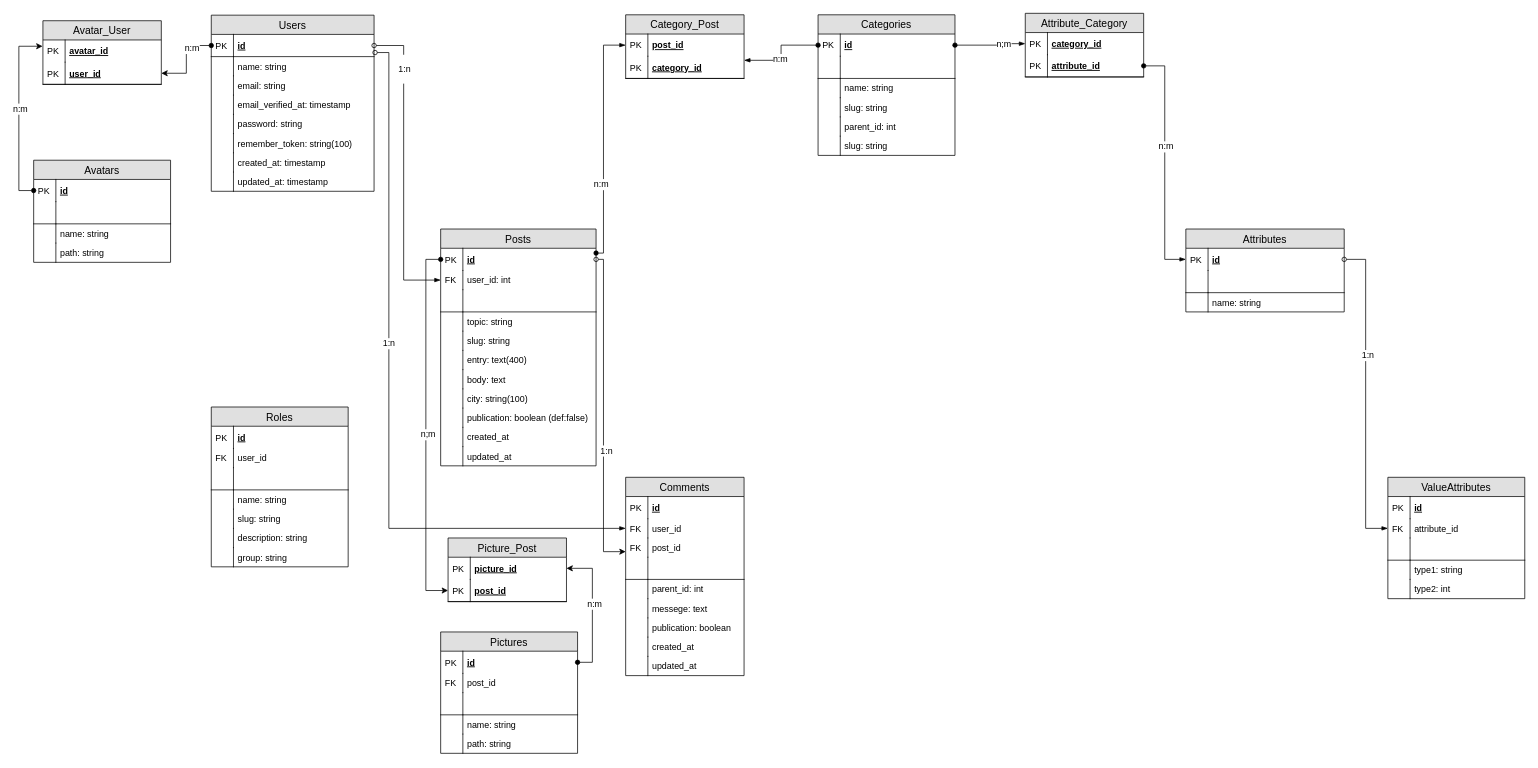
Earlier version of the draw.io diagram scheme_db/lgical.drawio (igor193/dumpsdatafindteam). Source tidied: cells renumbered, new cells numbered last; positions are measured from the earlier drawing's top-left corner, leaving out a move shared by most shapes. Both pictures are drawn from the tidied source at 74%, with x=0, y=0 at pixel (33, 13).
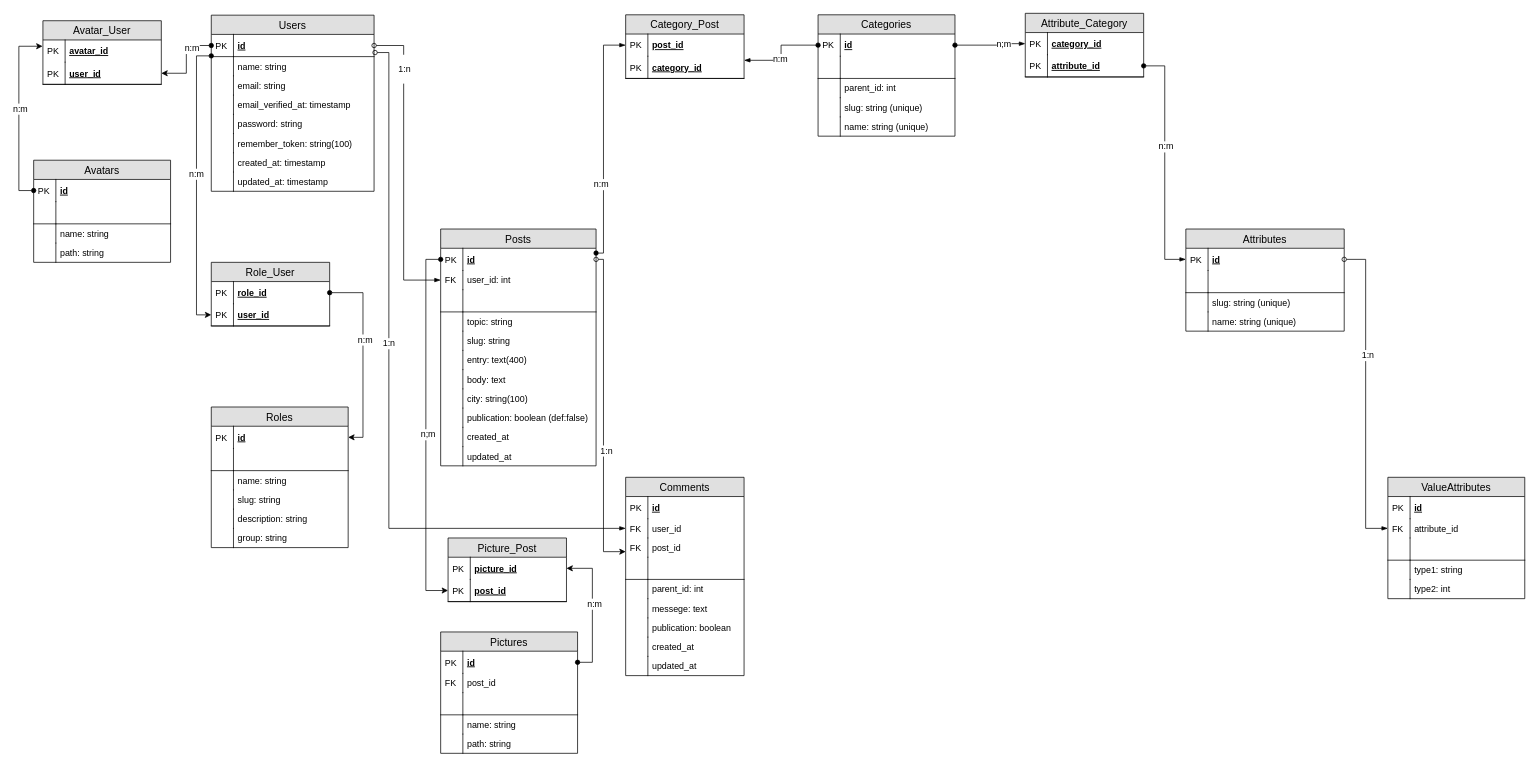
After the change.

The change refers to these unchanged cells:
```xml
<mxCell id="128" value="id" style="shape=partialRectangle;top=0;left=0;right=0;bottom=1;align=left;verticalAlign=middle;fillColor=none;spacingLeft=34;spacingRight=4;overflow=hidden;points=[[0,0.5],[1,0.5]];portConstraint=eastwest;fontStyle=5;fontSize=12;strokeColor=none;" parent="127" vertex="1">
  <mxGeometry y="26" width="185" height="30" as="geometry" />
</mxCell>
```

Change to the diagram source:
```diff
@@
     <mxCell id="61" value="Categories" style="swimlane;fontStyle=0;horizontal=1;startSize=26;fillColor=#e0e0e0;swimlaneFillColor=#ffffff;align=center;fontSize=14;" parent="1" vertex="1">
-      <mxGeometry x="1060" y="2.5" width="185" height="190" as="geometry" />
+      <mxGeometry x="1060" y="2.5" width="185" height="164" as="geometry" />
     </mxCell>
@@
+    <mxCell id="70" value="parent_id: int" style="shape=partialRectangle;top=0;left=0;right=0;bottom=0;align=left;verticalAlign=top;fillColor=none;spacingLeft=34;spacingRight=4;overflow=hidden;fontSize=12;strokeColor=#000000;perimeterSpacing=0;strokeWidth=1;" parent="61" vertex="1">
+      <mxGeometry y="86" width="185" height="26" as="geometry" />
+    </mxCell>
+    <mxCell id="71" style="shape=partialRectangle;top=0;left=0;bottom=0;fillColor=none;align=left;verticalAlign=top;spacingLeft=4;spacingRight=4;overflow=hidden;fontSize=12;" parent="70" vertex="1">
+      <mxGeometry width="30" height="26" as="geometry" />
+    </mxCell>
+    <mxCell id="68" value="slug: string (unique)" style="shape=partialRectangle;top=0;left=0;right=0;bottom=0;align=left;verticalAlign=top;fillColor=none;spacingLeft=34;spacingRight=4;overflow=hidden;fontSize=12;strokeColor=#000000;perimeterSpacing=0;strokeWidth=1;" parent="61" vertex="1">
+      <mxGeometry y="112" width="185" height="26" as="geometry" />
+    </mxCell>
+    <mxCell id="69" style="shape=partialRectangle;top=0;left=0;bottom=0;fillColor=none;align=left;verticalAlign=top;spacingLeft=4;spacingRight=4;overflow=hidden;fontSize=12;" parent="68" vertex="1">
+      <mxGeometry width="30" height="26" as="geometry" />
+    </mxCell>
-    <mxCell id="66" value="name: string" style="shape=partialRectangle;top=0;left=0;right=0;bottom=0;align=left;verticalAlign=top;fillColor=none;spacingLeft=34;spacingRight=4;overflow=hidden;fontSize=12;strokeColor=#000000;perimeterSpacing=0;strokeWidth=1;" parent="61" vertex="1">
-      <mxGeometry y="86" width="185" height="26" as="geometry" />
+    <mxCell id="66" value="name: string (unique)" style="shape=partialRectangle;top=0;left=0;right=0;bottom=0;align=left;verticalAlign=top;fillColor=none;spacingLeft=34;spacingRight=4;overflow=hidden;fontSize=12;strokeColor=#000000;perimeterSpacing=0;strokeWidth=1;" parent="61" vertex="1">
+      <mxGeometry y="138" width="185" height="26" as="geometry" />
     </mxCell>
@@
-    <mxCell id="68" value="slug: string" style="shape=partialRectangle;top=0;left=0;right=0;bottom=0;align=left;verticalAlign=top;fillColor=none;spacingLeft=34;spacingRight=4;overflow=hidden;fontSize=12;strokeColor=#000000;perimeterSpacing=0;strokeWidth=1;" parent="61" vertex="1">
-      <mxGeometry y="112" width="185" height="26" as="geometry" />
-    </mxCell>
-    <mxCell id="69" style="shape=partialRectangle;top=0;left=0;bottom=0;fillColor=none;align=left;verticalAlign=top;spacingLeft=4;spacingRight=4;overflow=hidden;fontSize=12;" parent="68" vertex="1">
-      <mxGeometry width="30" height="26" as="geometry" />
-    </mxCell>
-    <mxCell id="70" value="parent_id: int" style="shape=partialRectangle;top=0;left=0;right=0;bottom=0;align=left;verticalAlign=top;fillColor=none;spacingLeft=34;spacingRight=4;overflow=hidden;fontSize=12;strokeColor=#000000;perimeterSpacing=0;strokeWidth=1;" parent="61" vertex="1">
-      <mxGeometry y="138" width="185" height="26" as="geometry" />
-    </mxCell>
-    <mxCell id="71" style="shape=partialRectangle;top=0;left=0;bottom=0;fillColor=none;align=left;verticalAlign=top;spacingLeft=4;spacingRight=4;overflow=hidden;fontSize=12;" parent="70" vertex="1">
-      <mxGeometry width="30" height="26" as="geometry" />
-    </mxCell>
-    <mxCell id="72" value="slug: string" style="shape=partialRectangle;top=0;left=0;right=0;bottom=0;align=left;verticalAlign=top;fillColor=none;spacingLeft=34;spacingRight=4;overflow=hidden;fontSize=12;strokeColor=#000000;perimeterSpacing=0;strokeWidth=1;" parent="61" vertex="1">
-      <mxGeometry y="164" width="185" height="26" as="geometry" />
-    </mxCell>
-    <mxCell id="73" style="shape=partialRectangle;top=0;left=0;bottom=0;fillColor=none;align=left;verticalAlign=top;spacingLeft=4;spacingRight=4;overflow=hidden;fontSize=12;" parent="72" vertex="1">
-      <mxGeometry width="30" height="26" as="geometry" />
-    </mxCell>
@@
     <mxCell id="83" value="Attributes" style="swimlane;fontStyle=0;horizontal=1;startSize=26;fillColor=#e0e0e0;swimlaneFillColor=#ffffff;align=center;fontSize=14;" parent="1" vertex="1">
-      <mxGeometry x="1557" y="292" width="214" height="112" as="geometry" />
+      <mxGeometry x="1557" y="292" width="214" height="138" as="geometry" />
     </mxCell>
@@
-    <mxCell id="88" value="name: string" style="shape=partialRectangle;top=0;left=0;right=0;bottom=0;align=left;verticalAlign=top;fillColor=none;spacingLeft=34;spacingRight=4;overflow=hidden;fontSize=12;" parent="83" vertex="1">
+    <mxCell id="88" value="slug: string (unique)" style="shape=partialRectangle;top=0;left=0;right=0;bottom=0;align=left;verticalAlign=top;fillColor=none;spacingLeft=34;spacingRight=4;overflow=hidden;fontSize=12;" parent="83" vertex="1">
       <mxGeometry y="86" width="214" height="26" as="geometry" />
     </mxCell>
@@
+    <mxCell id="171" value="name: string (unique)" style="shape=partialRectangle;top=0;left=0;right=0;bottom=0;align=left;verticalAlign=top;fillColor=none;spacingLeft=34;spacingRight=4;overflow=hidden;fontSize=12;" parent="83" vertex="1">
+      <mxGeometry y="112" width="214" height="26" as="geometry" />
+    </mxCell>
+    <mxCell id="73" style="shape=partialRectangle;top=0;left=0;bottom=0;fillColor=none;align=left;verticalAlign=top;spacingLeft=4;spacingRight=4;overflow=hidden;fontSize=12;" parent="171" vertex="1">
+      <mxGeometry width="30" height="26" as="geometry" />
+    </mxCell>
@@
     <mxCell id="127" value="Roles" style="swimlane;fontStyle=0;horizontal=1;startSize=26;fillColor=#e0e0e0;swimlaneFillColor=#ffffff;align=center;fontSize=14;" parent="1" vertex="1">
-      <mxGeometry x="240" y="532.5" width="185" height="216" as="geometry" />
+      <mxGeometry x="240" y="532.5" width="185" height="190" as="geometry" />
     </mxCell>
@@
-    <mxCell id="130" value="user_id" style="shape=partialRectangle;top=0;left=0;right=0;bottom=0;align=left;verticalAlign=top;fillColor=none;spacingLeft=34;spacingRight=4;overflow=hidden;points=[[0,0.5],[1,0.5]];portConstraint=eastwest;fontSize=12;" parent="127" vertex="1">
-      <mxGeometry y="56" width="185" height="26" as="geometry" />
-    </mxCell>
-    <mxCell id="131" value="FK" style="shape=partialRectangle;top=0;left=0;bottom=0;fillColor=none;align=left;verticalAlign=top;spacingLeft=4;spacingRight=4;overflow=hidden;fontSize=12;" parent="130" vertex="1">
-      <mxGeometry width="30" height="26" as="geometry" />
-    </mxCell>
     <mxCell id="132" style="shape=partialRectangle;top=0;left=0;right=0;bottom=1;align=left;verticalAlign=middle;fillColor=none;spacingLeft=34;spacingRight=4;overflow=hidden;fontStyle=5;fontSize=12;" parent="127" vertex="1">
-      <mxGeometry y="82" width="185" height="30" as="geometry" />
+      <mxGeometry y="56" width="185" height="30" as="geometry" />
     </mxCell>
@@
     <mxCell id="134" value="name: string" style="shape=partialRectangle;top=0;left=0;right=0;bottom=0;align=left;verticalAlign=top;fillColor=none;spacingLeft=34;spacingRight=4;overflow=hidden;fontSize=12;strokeColor=#000000;perimeterSpacing=0;strokeWidth=1;" parent="127" vertex="1">
-      <mxGeometry y="112" width="185" height="26" as="geometry" />
+      <mxGeometry y="86" width="185" height="26" as="geometry" />
     </mxCell>
@@
     <mxCell id="136" value="slug: string" style="shape=partialRectangle;top=0;left=0;right=0;bottom=0;align=left;verticalAlign=top;fillColor=none;spacingLeft=34;spacingRight=4;overflow=hidden;fontSize=12;strokeColor=#000000;perimeterSpacing=0;strokeWidth=1;" parent="127" vertex="1">
-      <mxGeometry y="138" width="185" height="26" as="geometry" />
+      <mxGeometry y="112" width="185" height="26" as="geometry" />
     </mxCell>
@@
     <mxCell id="138" value="description: string" style="shape=partialRectangle;top=0;left=0;right=0;bottom=0;align=left;verticalAlign=top;fillColor=none;spacingLeft=34;spacingRight=4;overflow=hidden;fontSize=12;strokeColor=#000000;perimeterSpacing=0;strokeWidth=1;" parent="127" vertex="1">
-      <mxGeometry y="164" width="185" height="26" as="geometry" />
+      <mxGeometry y="138" width="185" height="26" as="geometry" />
     </mxCell>
@@
     <mxCell id="140" value="group: string" style="shape=partialRectangle;top=0;left=0;right=0;bottom=0;align=left;verticalAlign=top;fillColor=none;spacingLeft=34;spacingRight=4;overflow=hidden;fontSize=12;strokeColor=#000000;perimeterSpacing=0;strokeWidth=1;" parent="127" vertex="1">
-      <mxGeometry y="190" width="185" height="26" as="geometry" />
+      <mxGeometry y="164" width="185" height="26" as="geometry" />
     </mxCell>
@@
+    <mxCell id="172" value="Role_User" style="swimlane;fontStyle=0;horizontal=1;startSize=26;fillColor=#e0e0e0;swimlaneFillColor=#ffffff;align=center;fontSize=14;" parent="1" vertex="1">
+      <mxGeometry x="240" y="337" width="160" height="86" as="geometry" />
+    </mxCell>
+    <mxCell id="173" value="role_id" style="shape=partialRectangle;top=0;left=0;right=0;bottom=1;align=left;verticalAlign=middle;fillColor=none;spacingLeft=34;spacingRight=4;overflow=hidden;points=[[0,0.5],[1,0.5]];portConstraint=eastwest;fontStyle=5;fontSize=12;strokeColor=none;" parent="172" vertex="1">
+      <mxGeometry y="26" width="160" height="30" as="geometry" />
+    </mxCell>
+    <mxCell id="174" value="PK" style="shape=partialRectangle;top=0;left=0;bottom=0;fillColor=none;align=left;verticalAlign=middle;spacingLeft=4;spacingRight=4;overflow=hidden;fontSize=12;" parent="173" vertex="1">
+      <mxGeometry width="30" height="30" as="geometry" />
+    </mxCell>
+    <mxCell id="130" value="user_id" style="shape=partialRectangle;top=0;left=0;right=0;bottom=1;align=left;verticalAlign=middle;fillColor=none;spacingLeft=34;spacingRight=4;overflow=hidden;points=[[0,0.5],[1,0.5]];portConstraint=eastwest;fontStyle=5;fontSize=12;" parent="172" vertex="1">
+      <mxGeometry y="56" width="160" height="30" as="geometry" />
+    </mxCell>
+    <mxCell id="175" value="PK" style="shape=partialRectangle;top=0;left=0;bottom=0;fillColor=none;align=left;verticalAlign=middle;spacingLeft=4;spacingRight=4;overflow=hidden;fontSize=12;" parent="130" vertex="1">
+      <mxGeometry width="30" height="30" as="geometry" />
+    </mxCell>
+    <mxCell id="176" style="edgeStyle=orthogonalEdgeStyle;rounded=0;jettySize=auto;html=1;entryX=0;entryY=0.5;entryDx=0;entryDy=0;startArrow=oval;startFill=1;" parent="1" edge="1" target="130">
+      <mxGeometry relative="1" as="geometry">
+        <mxPoint x="240" y="58" as="sourcePoint" />
+        <Array as="points">
+          <mxPoint x="240" y="58" />
+          <mxPoint x="220" y="58" />
+          <mxPoint x="220" y="408" />
+        </Array>
+      </mxGeometry>
+    </mxCell>
+    <mxCell id="177" value="n:m" style="text;html=1;align=center;verticalAlign=middle;labelBackgroundColor=#ffffff;" parent="176" vertex="1">
+      <mxGeometry x="-0.08" y="-1" relative="1" as="geometry" />
+    </mxCell>
+    <mxCell id="178" style="edgeStyle=orthogonalEdgeStyle;rounded=0;jettySize=auto;html=1;exitX=1;exitY=0.5;exitDx=0;exitDy=0;entryX=1;entryY=0.5;entryDx=0;entryDy=0;startArrow=oval;startFill=1;" parent="1" edge="1" source="173" target="128">
+      <mxGeometry relative="1" as="geometry" />
+    </mxCell>
+    <mxCell id="179" value="n:m" style="text;html=1;align=center;verticalAlign=middle;labelBackgroundColor=#ffffff;" parent="178" vertex="1">
+      <mxGeometry x="-0.17" y="2" relative="1" as="geometry" />
+    </mxCell>
```
